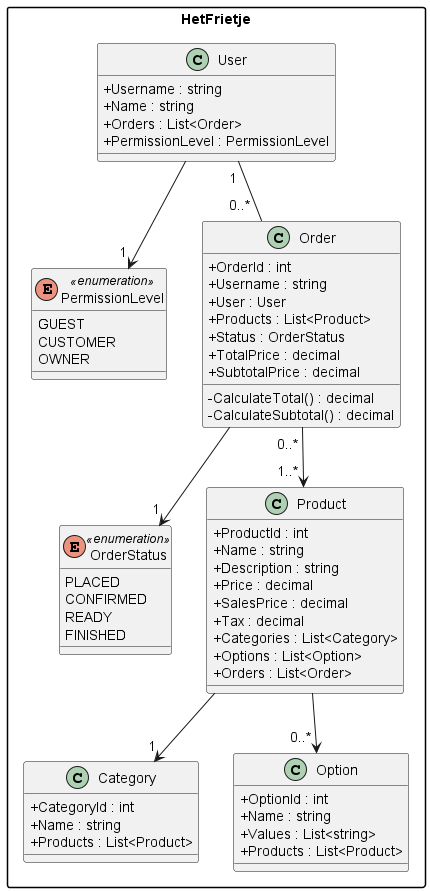
Earlier version of the PlantUML export Documenten/class digram/HetFrietje.png (BasVanSch1/HetFrietje).
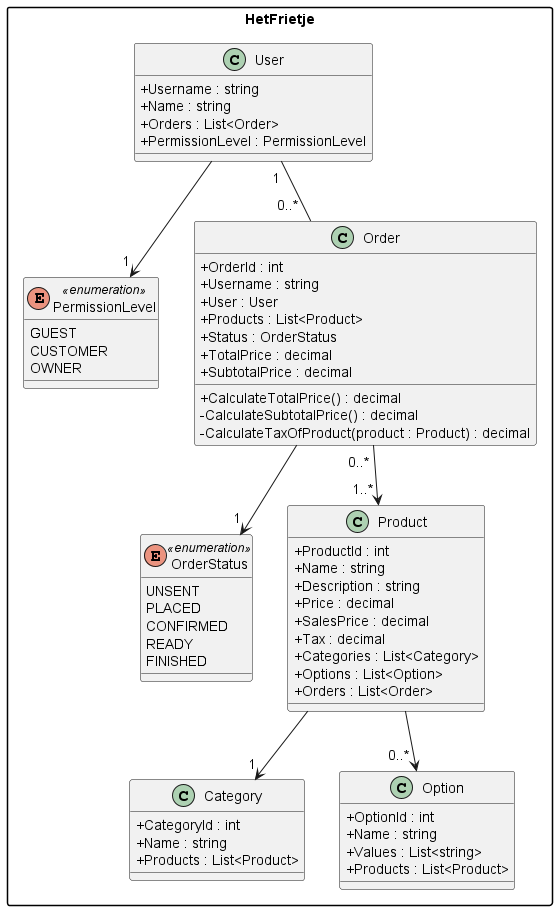
Later version of the same file.

The edit, as a diff of the source:
```diff
@@ -10,6 +10,7 @@
     }
 
     enum OrderStatus <<enumeration>> {
+        UNSENT
         PLACED
         CONFIRMED
         READY
@@ -32,8 +33,9 @@
         + TotalPrice : decimal
         + SubtotalPrice : decimal
 
-        - CalculateTotal() : decimal
-        - CalculateSubtotal() : decimal
+        + CalculateTotalPrice() : decimal
+        - CalculateSubtotalPrice() : decimal
+        - CalculateTaxOfProduct(product : Product) : decimal
     }
 
     class Product {
```
